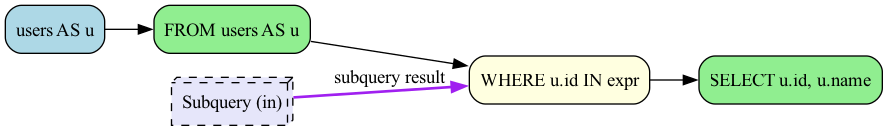
This is examples/subquery_in_operation.png from rot1024/sqloflow, a Graphviz export, as it was before one commit. Its source is kept beside it as examples/subquery_in_operation.dot. Source of this version:
```dot
digraph sqloflow {
  rankdir=LR;
  node [shape=box, style=rounded];

  node_0 [label="users AS u", fillcolor=lightblue, style="filled,rounded"];
  node_1 [label="FROM users AS u", fillcolor=lightgreen, style="filled,rounded"];
  node_4 [label="SELECT u.id, u.name", fillcolor=lightgreen, style="filled,rounded"];
  node_2 [label="WHERE u.id IN expr", fillcolor=lightyellow, style="filled,rounded"];
  node_3 [label="Subquery (in)", fillcolor=lavender, style="filled,rounded,dashed", shape=box3d];

  node_0 -> node_1 [color=black];
  node_1 -> node_2 [color=black];
  node_3 -> node_2 [color=purple, style=bold, label="subquery result"];
  node_2 -> node_4 [color=black];
}
```
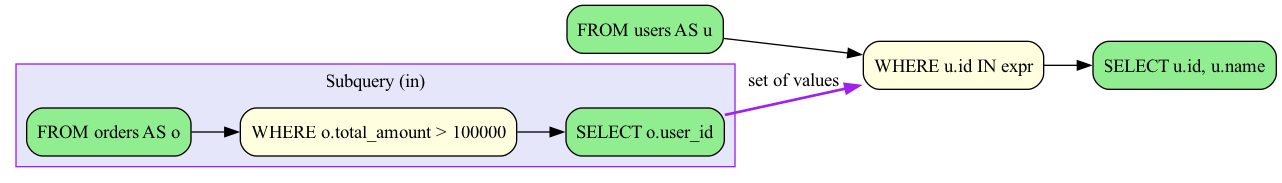
After the change.

Change to the diagram source:
```diff
@@ -2,14 +2,23 @@
   rankdir=LR;
   node [shape=box, style=rounded];
 
-  node_0 [label="users AS u", fillcolor=lightblue, style="filled,rounded"];
-  node_1 [label="FROM users AS u", fillcolor=lightgreen, style="filled,rounded"];
-  node_4 [label="SELECT u.id, u.name", fillcolor=lightgreen, style="filled,rounded"];
-  node_2 [label="WHERE u.id IN expr", fillcolor=lightyellow, style="filled,rounded"];
-  node_3 [label="Subquery (in)", fillcolor=lavender, style="filled,rounded,dashed", shape=box3d];
+  node_0 [label="FROM users AS u", fillcolor=lightgreen, style="filled,rounded"];
+  node_3 [label="SELECT u.id, u.name", fillcolor=lightgreen, style="filled,rounded"];
+  node_1 [label="WHERE u.id IN expr", fillcolor=lightyellow, style="filled,rounded"];
+
+  subgraph cluster_node_2 {
+    label="Subquery (in)";
+    style=filled;
+    fillcolor=lavender;
+    color=purple;
+    subq_2_node_0 [label="FROM orders AS o", fillcolor=lightgreen, style="filled,rounded"];
+    subq_2_node_1 [label="WHERE o.total_amount > 100000", fillcolor=lightyellow, style="filled,rounded"];
+    subq_2_node_2 [label="SELECT o.user_id", fillcolor=lightgreen, style="filled,rounded"];
+    subq_2_node_0 -> subq_2_node_1 [color=black];
+    subq_2_node_1 -> subq_2_node_2 [color=black];
+  }
+  subq_2_node_2 -> node_1 [color=purple, style=bold, label="set of values"];
 
   node_0 -> node_1 [color=black];
-  node_1 -> node_2 [color=black];
-  node_3 -> node_2 [color=purple, style=bold, label="subquery result"];
-  node_2 -> node_4 [color=black];
+  node_1 -> node_3 [color=black];
 }
```
